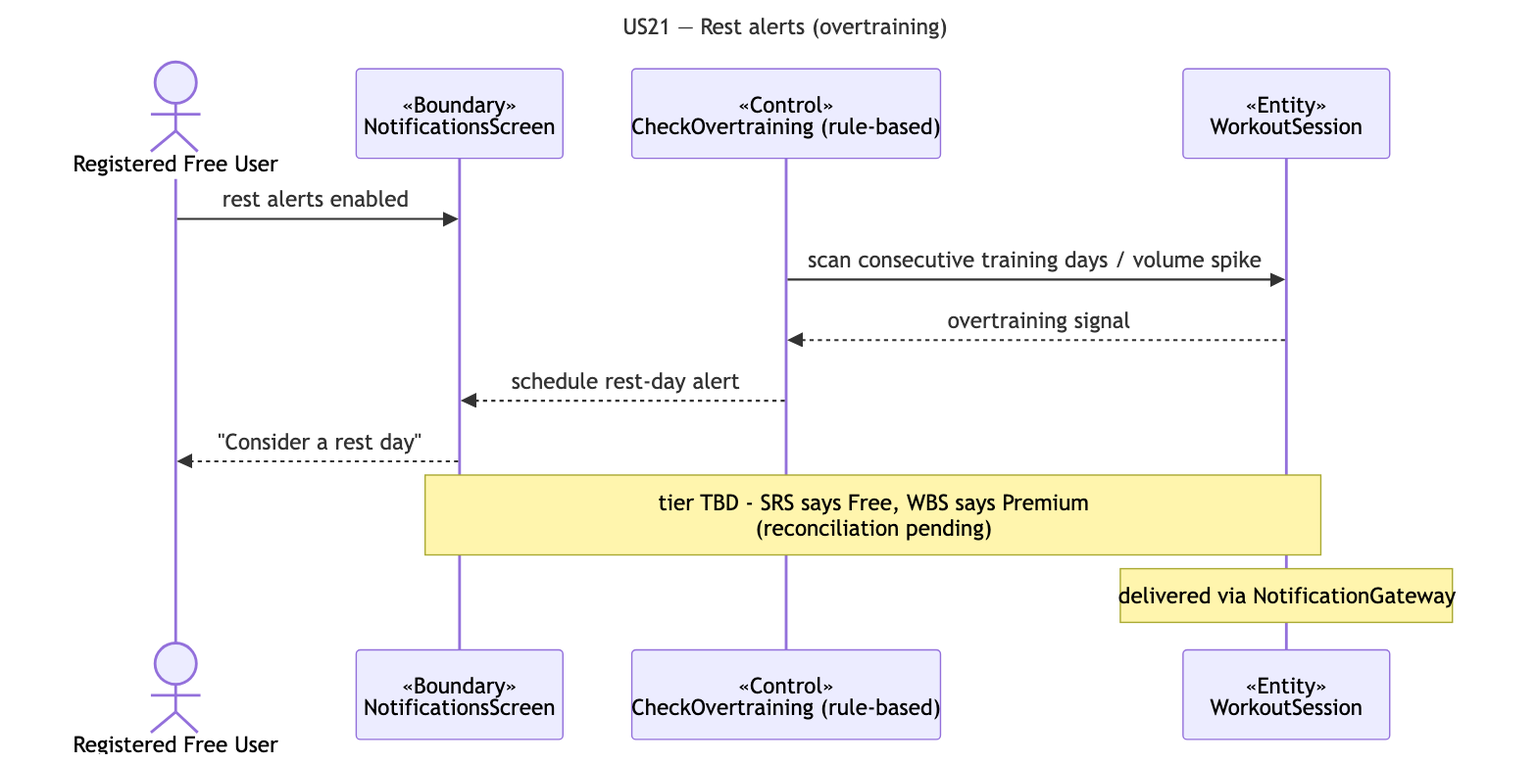
Above: docs/deliverables/sequence-diagrams/US21-rest-alerts.png in cyuanjun/FYP-26-S2-37-app (Mermaid), before the change. Its source is kept beside it as docs/deliverables/sequence-diagrams/src/US21-rest-alerts.mmd.
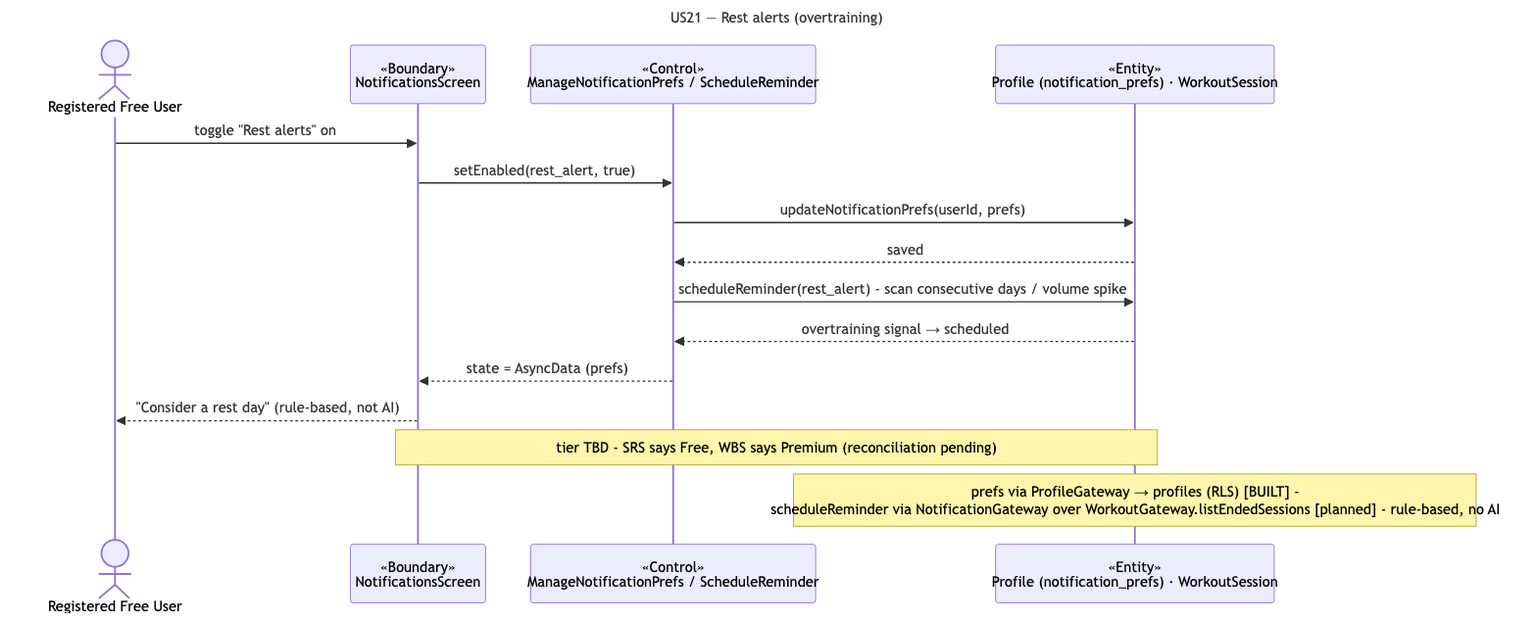
After the commit.

Change to the diagram source:
```diff
@@ -4,12 +4,15 @@
 sequenceDiagram
   actor A as Registered Free User
   participant B as «Boundary»<br/>NotificationsScreen
-  participant C as «Control»<br/>CheckOvertraining (rule-based)
-  participant E as «Entity»<br/>WorkoutSession
-  A->>B: rest alerts enabled
-  C->>E: scan consecutive training days / volume spike
-  E-->>C: overtraining signal
-  C-->>B: schedule rest-day alert
-  B-->>A: "Consider a rest day"
-  note over B,E: tier TBD - SRS says Free, WBS says Premium<br/>(reconciliation pending)
-  note over E: delivered via NotificationGateway
+  participant C as «Control»<br/>ManageNotificationPrefs / ScheduleReminder
+  participant E as «Entity»<br/>Profile (notification_prefs) · WorkoutSession
+  A->>B: toggle "Rest alerts" on
+  B->>C: setEnabled(rest_alert, true)
+  C->>E: updateNotificationPrefs(userId, prefs)
+  E-->>C: saved
+  C->>E: scheduleReminder(rest_alert) - scan consecutive days / volume spike
+  E-->>C: overtraining signal → scheduled
+  C-->>B: state = AsyncData (prefs)
+  B-->>A: "Consider a rest day" (rule-based, not AI)
+  note over B,E: tier TBD - SRS says Free, WBS says Premium (reconciliation pending)
+  note over E: prefs via ProfileGateway → profiles (RLS) [BUILT] -<br/>scheduleReminder via NotificationGateway over WorkoutGateway.listEndedSessions [planned] - rule-based, no AI
```
